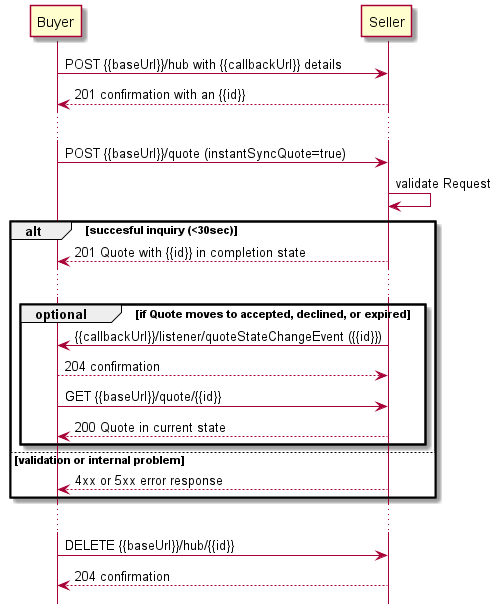
Earlier version of the PlantUML export documentation/productApi/quote/media/useCase1aNotification.png (MEF-GIT/MEF-LSO-Sonata-SDK).
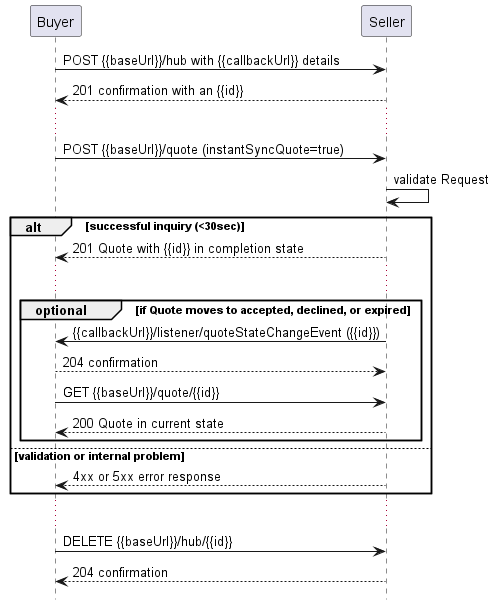
Later version of the same file.

Change to the diagram source:
```diff
@@ -13,7 +13,7 @@
 Buyer -> Seller : POST {{baseUrl}}/quote (instantSyncQuote=true)
 Seller -> Seller : validate Request
 
-alt succesful inquiry (<30sec)
+alt successful inquiry (<30sec)
   Seller --> Buyer : 201 Quote with {{id}} in completion state
 
   ...
```
